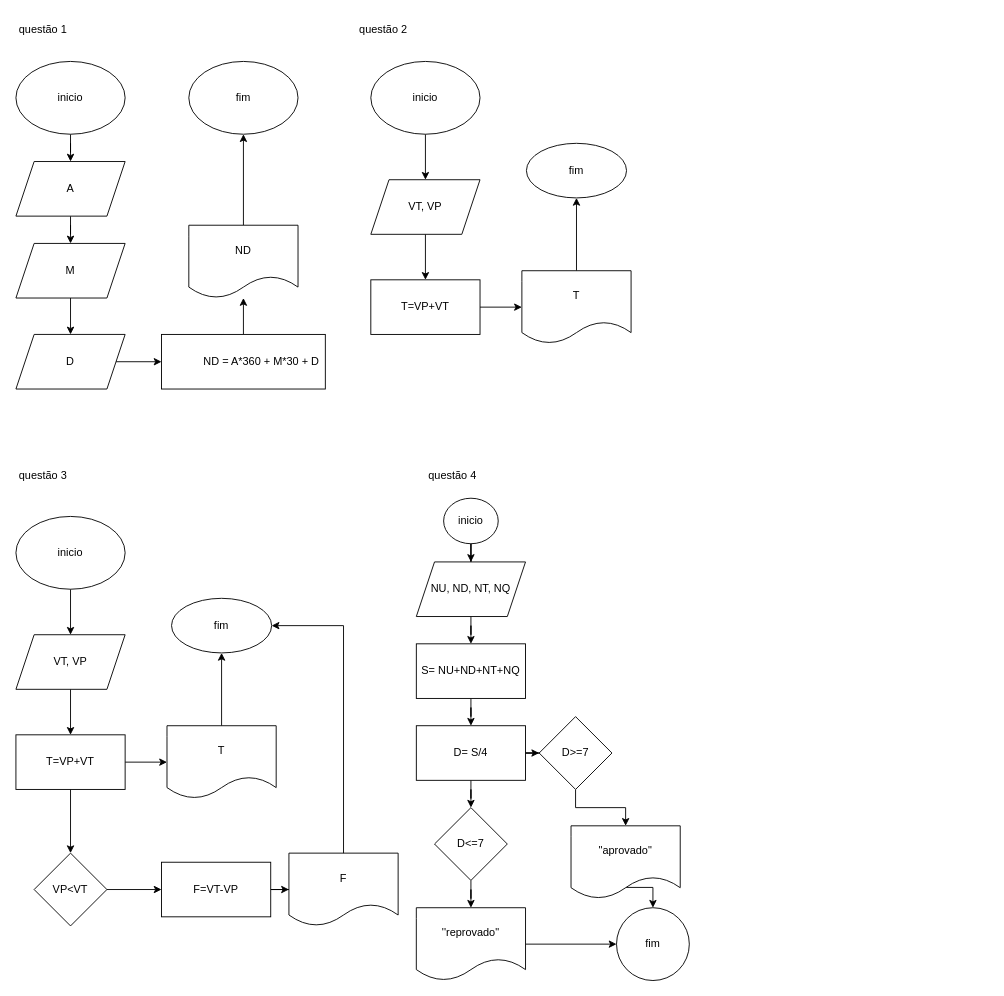
This is Diagrama sem nome.drawio from caiquevivas/atividade-1, a draw.io file, before an edit. Source tidied: cells renumbered, new cells numbered last; positions are measured from the earlier drawing's top-left corner, leaving out a move shared by most shapes. Both pictures are drawn from the tidied source at 91%, with x=0, y=0 at pixel (15, 15).
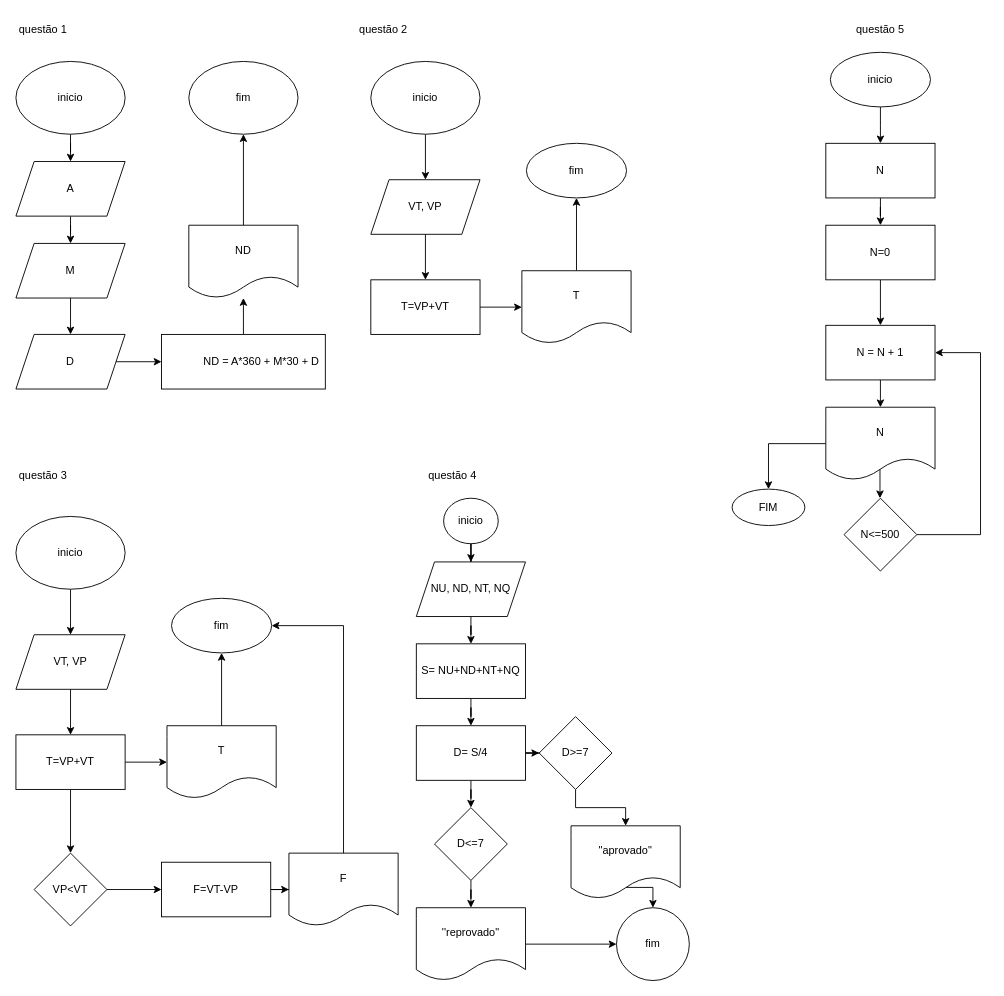
The same diagram, later.

Diff of the diagram source:
```diff
@@
+    <mxCell id="62" value="questão 5" style="text;html=1;align=center;verticalAlign=middle;whiteSpace=wrap;rounded=0;" parent="1" vertex="1">
+      <mxGeometry x="920" width="60" height="30" as="geometry" />
+    </mxCell>
+    <mxCell id="63" style="edgeStyle=orthogonalEdgeStyle;rounded=0;jettySize=auto;html=1;" parent="1" edge="1" source="64">
+      <mxGeometry relative="1" as="geometry">
+        <mxPoint x="950" y="140" as="targetPoint" />
+      </mxGeometry>
+    </mxCell>
+    <mxCell id="64" value="inicio" style="ellipse;whiteSpace=wrap;html=1;" parent="1" vertex="1">
+      <mxGeometry x="895" y="40" width="110" height="60" as="geometry" />
+    </mxCell>
+    <mxCell id="65" style="edgeStyle=orthogonalEdgeStyle;rounded=0;jettySize=auto;html=1;" parent="1" edge="1" source="66">
+      <mxGeometry relative="1" as="geometry">
+        <mxPoint x="950" y="430" as="targetPoint" />
+      </mxGeometry>
+    </mxCell>
+    <mxCell id="66" value="N = N + 1" style="whiteSpace=wrap;html=1;" parent="1" vertex="1">
+      <mxGeometry x="890" y="340" width="120" height="60" as="geometry" />
+    </mxCell>
+    <mxCell id="67" style="edgeStyle=orthogonalEdgeStyle;rounded=0;jettySize=auto;html=1;" parent="1" edge="1" source="68" target="76">
+      <mxGeometry relative="1" as="geometry" />
+    </mxCell>
+    <mxCell id="68" value="N" style="rounded=0;whiteSpace=wrap;html=1;" parent="1" vertex="1">
+      <mxGeometry x="890" y="140" width="120" height="60" as="geometry" />
+    </mxCell>
+    <mxCell id="69" style="edgeStyle=orthogonalEdgeStyle;rounded=0;jettySize=auto;html=1;exitX=0.496;exitY=0.847;exitDx=0;exitDy=0;exitPerimeter=0;" parent="1" edge="1" source="71" target="72">
+      <mxGeometry relative="1" as="geometry" />
+    </mxCell>
+    <mxCell id="70" style="edgeStyle=orthogonalEdgeStyle;rounded=0;jettySize=auto;html=1;" parent="1" edge="1" source="71" target="74">
+      <mxGeometry relative="1" as="geometry" />
+    </mxCell>
+    <mxCell id="71" value="N" style="shape=document;whiteSpace=wrap;html=1;boundedLbl=1;" parent="1" vertex="1">
+      <mxGeometry x="890" y="430" width="120" height="80" as="geometry" />
+    </mxCell>
+    <mxCell id="72" value="N&amp;lt;=500" style="rhombus;whiteSpace=wrap;html=1;" parent="1" vertex="1">
+      <mxGeometry x="910" y="530" width="80" height="80" as="geometry" />
+    </mxCell>
+    <mxCell id="73" style="endArrow=classic;html=1;rounded=0;exitX=1;exitY=0.5;exitDx=0;exitDy=0;entryX=1;entryY=0.5;entryDx=0;entryDy=0;" parent="1" edge="1" source="72" target="66">
+      <mxGeometry relative="1" as="geometry">
+        <Array as="points">
+          <mxPoint x="1060" y="570" />
+          <mxPoint x="1060" y="370" />
+        </Array>
+      </mxGeometry>
+    </mxCell>
+    <mxCell id="74" value="FIM" style="ellipse;whiteSpace=wrap;html=1;" parent="1" vertex="1">
+      <mxGeometry x="787" y="520" width="80" height="40" as="geometry" />
+    </mxCell>
+    <mxCell id="75" style="edgeStyle=orthogonalEdgeStyle;rounded=0;jettySize=auto;html=1;" parent="1" edge="1" source="76" target="66">
+      <mxGeometry relative="1" as="geometry" />
+    </mxCell>
+    <mxCell id="76" value="N=0" style="rounded=0;whiteSpace=wrap;html=1;" parent="1" vertex="1">
+      <mxGeometry x="890" y="230" width="120" height="60" as="geometry" />
+    </mxCell>
```
